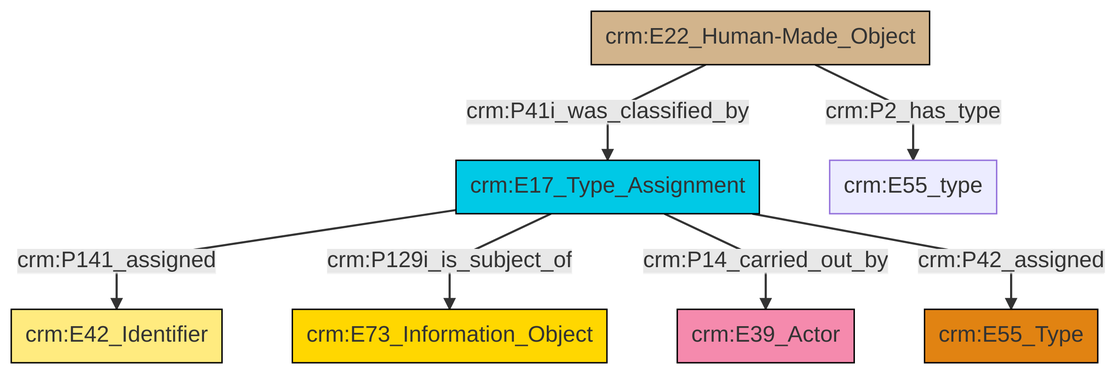
Earlier version of the Mermaid export et/builtWorkCSV/ttl/mmd/png/Built_Work_designation_status.png (swiss-art-research-net/docs.swissartresearch). Its source is kept beside it as et/builtWorkCSV/ttl/mmd/Built_Work_designation_status.ttl.mmd.
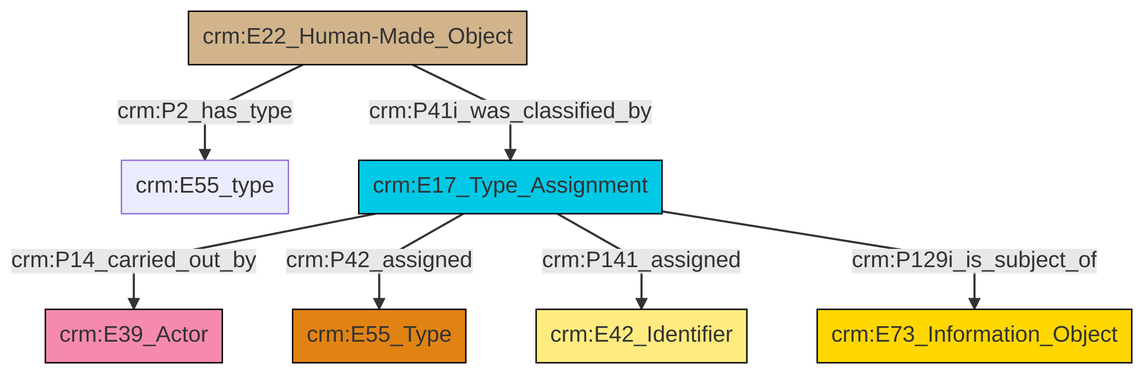
The same file after the commit.

What changed in the source:
```diff
@@ -13,9 +13,9 @@
 classDef PC_Classes fill:#4ce600, stroke:#000000;
 classDef Multi fill:#cccccc,stroke:#000000;
 
-0["crm:E17_Type_Assignment"]:::Temporal_Entity -->|crm:P141_assigned| 2["crm:E42_Identifier"]:::Appellation
-0["crm:E17_Type_Assignment"]:::Temporal_Entity -->|crm:P129i_is_subject_of| 3["crm:E73_Information_Object"]:::Conceptual_Object
-10["crm:E22_Human-Made_Object"]:::Physical_Thing -->|crm:P41i_was_classified_by| 0["crm:E17_Type_Assignment"]:::Temporal_Entity
-0["crm:E17_Type_Assignment"]:::Temporal_Entity -->|crm:P14_carried_out_by| 11["crm:E39_Actor"]:::Actor
-10["crm:E22_Human-Made_Object"]:::Physical_Thing -->|crm:P2_has_type| 6["crm:E55_type"]:::Default
-0["crm:E17_Type_Assignment"]:::Temporal_Entity -->|crm:P42_assigned| 8["crm:E55_Type"]:::Type
+8["crm:E22_Human-Made_Object"]:::Physical_Thing -->|crm:P2_has_type| 9["crm:E55_type"]:::Default
+8["crm:E22_Human-Made_Object"]:::Physical_Thing -->|crm:P41i_was_classified_by| 10["crm:E17_Type_Assignment"]:::Temporal_Entity
+10["crm:E17_Type_Assignment"]:::Temporal_Entity -->|crm:P14_carried_out_by| 6["crm:E39_Actor"]:::Actor
+10["crm:E17_Type_Assignment"]:::Temporal_Entity -->|crm:P42_assigned| 2["crm:E55_Type"]:::Type
+10["crm:E17_Type_Assignment"]:::Temporal_Entity -->|crm:P141_assigned| 0["crm:E42_Identifier"]:::Appellation
+10["crm:E17_Type_Assignment"]:::Temporal_Entity -->|crm:P129i_is_subject_of| 4["crm:E73_Information_Object"]:::Conceptual_Object
```
